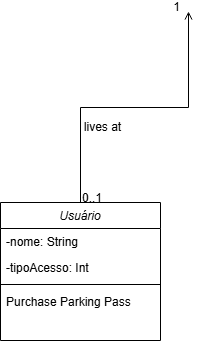
AmandaKado/faculdadeUninterADS keeps this draw.io diagram as analise-de-sistemas/Diagrama sem nome.drawio.png. Above is the earlier version. Source tidied: cells renumbered, new cells last; positions are measured from the earlier drawing's top-left corner, leaving out a move shared by most shapes.
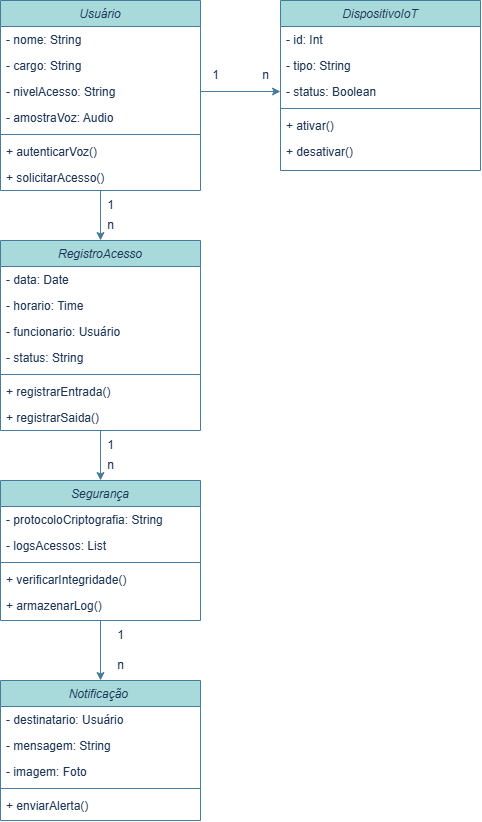
The same file after the commit.

The edit, as a diff of the source:
```diff
@@ -2,41 +2,146 @@
   <root>
     <mxCell id="0" />
     <mxCell id="1" parent="0" />
+    <mxCell id="11" style="edgeStyle=orthogonalEdgeStyle;rounded=0;jettySize=auto;html=1;strokeColor=#457B9D;fontColor=#1D3557;fillColor=#A8DADC;" parent="1" edge="1" source="2" target="16">
+      <mxGeometry relative="1" as="geometry" />
+    </mxCell>
-    <mxCell id="2" value="Usuário" style="swimlane;fontStyle=2;align=center;verticalAlign=top;horizontal=1;startSize=26;rounded=0;shadow=0;strokeWidth=1;" parent="1" vertex="1">
-      <mxGeometry y="191" width="160" height="138" as="geometry" />
+    <mxCell id="2" value="Usuário" style="swimlane;fontStyle=2;align=center;verticalAlign=top;horizontal=1;startSize=26;rounded=0;shadow=0;strokeWidth=1;labelBackgroundColor=none;fillColor=#A8DADC;strokeColor=#457B9D;fontColor=#1D3557;" parent="1" vertex="1">
+      <mxGeometry y="191" width="200" height="190" as="geometry" />
     </mxCell>
-    <mxCell id="3" value="-nome: String" style="text;align=left;verticalAlign=top;spacingLeft=4;spacingRight=4;overflow=hidden;" parent="2" vertex="1">
-      <mxGeometry y="26" width="160" height="26" as="geometry" />
+    <mxCell id="3" value="- nome: String" style="text;align=left;verticalAlign=top;spacingLeft=4;spacingRight=4;overflow=hidden;labelBackgroundColor=none;fontColor=#1D3557;" parent="2" vertex="1">
+      <mxGeometry y="26" width="200" height="26" as="geometry" />
     </mxCell>
-    <mxCell id="4" value="-tipoAcesso: Int" style="text;align=left;verticalAlign=top;spacingLeft=4;spacingRight=4;overflow=hidden;rounded=0;shadow=0;html=0;" parent="2" vertex="1">
-      <mxGeometry y="52" width="160" height="26" as="geometry" />
+    <mxCell id="4" value="- cargo: String" style="text;align=left;verticalAlign=top;spacingLeft=4;spacingRight=4;overflow=hidden;rounded=0;shadow=0;html=0;labelBackgroundColor=none;fontColor=#1D3557;" parent="2" vertex="1">
+      <mxGeometry y="52" width="200" height="26" as="geometry" />
     </mxCell>
+    <mxCell id="12" value="- nivelAcesso: String" style="text;align=left;verticalAlign=top;spacingLeft=4;spacingRight=4;overflow=hidden;points=[[0,0.5],[1,0.5]];portConstraint=eastwest;rounded=0;shadow=0;html=0;labelBackgroundColor=none;fontColor=#1D3557;" parent="2" vertex="1">
+      <mxGeometry y="78" width="200" height="26" as="geometry" />
+    </mxCell>
+    <mxCell id="13" value="- amostraVoz: Audio" style="text;align=left;verticalAlign=top;spacingLeft=4;spacingRight=4;overflow=hidden;rounded=0;shadow=0;html=0;labelBackgroundColor=none;fontColor=#1D3557;" parent="2" vertex="1">
+      <mxGeometry y="104" width="200" height="26" as="geometry" />
+    </mxCell>
-    <mxCell id="5" style="line;html=1;strokeWidth=1;align=left;verticalAlign=middle;spacingTop=-1;spacingLeft=3;spacingRight=3;labelPosition=right;" parent="2" vertex="1">
-      <mxGeometry y="78" width="160" height="8" as="geometry" />
+    <mxCell id="5" style="line;html=1;strokeWidth=1;align=left;verticalAlign=middle;spacingTop=-1;spacingLeft=3;spacingRight=3;labelPosition=right;labelBackgroundColor=none;fillColor=#A8DADC;strokeColor=#457B9D;fontColor=#1D3557;" parent="2" vertex="1">
+      <mxGeometry y="130" width="200" height="8" as="geometry" />
     </mxCell>
-    <mxCell id="6" value="Purchase Parking Pass" style="text;align=left;verticalAlign=top;spacingLeft=4;spacingRight=4;overflow=hidden;" parent="2" vertex="1">
-      <mxGeometry y="86" width="160" height="26" as="geometry" />
+    <mxCell id="6" value="+ autenticarVoz()" style="text;align=left;verticalAlign=top;spacingLeft=4;spacingRight=4;overflow=hidden;labelBackgroundColor=none;fontColor=#1D3557;" parent="2" vertex="1">
+      <mxGeometry y="138" width="200" height="26" as="geometry" />
     </mxCell>
-    <mxCell id="7" style="endArrow=open;shadow=0;strokeWidth=1;rounded=0;curved=0;endFill=1;edgeStyle=elbowEdgeStyle;elbow=vertical;" parent="1" edge="1" source="2">
-      <mxGeometry x="0.5" y="41" relative="1" as="geometry">
-        <mxPoint x="188" as="targetPoint" />
-        <mxPoint x="-40" y="32" as="offset" />
-      </mxGeometry>
-    </mxCell>
-    <mxCell id="8" value="0..1" style="align=left;verticalAlign=bottom;labelBackgroundColor=none;fontSize=12;" parent="7" vertex="1">
-      <mxGeometry x="-1" relative="1" as="geometry">
-        <mxPoint y="4" as="offset" />
-      </mxGeometry>
-    </mxCell>
-    <mxCell id="9" value="1" style="align=right;verticalAlign=bottom;labelBackgroundColor=none;fontSize=12;" parent="7" vertex="1">
-      <mxGeometry x="1" relative="1" as="geometry">
-        <mxPoint x="-7" y="4" as="offset" />
-      </mxGeometry>
-    </mxCell>
-    <mxCell id="10" value="lives at" style="text;html=1;align=center;verticalAlign=middle;labelBackgroundColor=none;rounded=0;shadow=0;strokeWidth=1;fontSize=12;" parent="7" vertex="1">
-      <mxGeometry x="0.5" y="49" relative="1" as="geometry">
-        <mxPoint x="-38" y="40" as="offset" />
-      </mxGeometry>
-    </mxCell>
+    <mxCell id="14" value="+ solicitarAcesso()" style="text;align=left;verticalAlign=top;spacingLeft=4;spacingRight=4;overflow=hidden;labelBackgroundColor=none;fontColor=#1D3557;" parent="2" vertex="1">
+      <mxGeometry y="164" width="200" height="26" as="geometry" />
+    </mxCell>
+    <mxCell id="15" style="edgeStyle=orthogonalEdgeStyle;rounded=0;jettySize=auto;html=1;strokeColor=#457B9D;fontColor=#1D3557;fillColor=#A8DADC;" parent="1" edge="1" source="16" target="27">
+      <mxGeometry relative="1" as="geometry" />
+    </mxCell>
+    <mxCell id="16" value="RegistroAcesso" style="swimlane;fontStyle=2;align=center;verticalAlign=top;horizontal=1;startSize=26;rounded=0;shadow=0;strokeWidth=1;labelBackgroundColor=none;fillColor=#A8DADC;strokeColor=#457B9D;fontColor=#1D3557;" parent="1" vertex="1">
+      <mxGeometry y="431" width="200" height="190" as="geometry" />
+    </mxCell>
+    <mxCell id="17" value="- data: Date" style="text;align=left;verticalAlign=top;spacingLeft=4;spacingRight=4;overflow=hidden;labelBackgroundColor=none;fontColor=#1D3557;" parent="16" vertex="1">
+      <mxGeometry y="26" width="200" height="26" as="geometry" />
+    </mxCell>
+    <mxCell id="18" value="- horario: Time" style="text;align=left;verticalAlign=top;spacingLeft=4;spacingRight=4;overflow=hidden;rounded=0;shadow=0;html=0;labelBackgroundColor=none;fontColor=#1D3557;" parent="16" vertex="1">
+      <mxGeometry y="52" width="200" height="26" as="geometry" />
+    </mxCell>
+    <mxCell id="19" value="- funcionario: Usuário" style="text;align=left;verticalAlign=top;spacingLeft=4;spacingRight=4;overflow=hidden;rounded=0;shadow=0;html=0;labelBackgroundColor=none;fontColor=#1D3557;" parent="16" vertex="1">
+      <mxGeometry y="78" width="200" height="26" as="geometry" />
+    </mxCell>
+    <mxCell id="20" value="- status: String" style="text;align=left;verticalAlign=top;spacingLeft=4;spacingRight=4;overflow=hidden;rounded=0;shadow=0;html=0;labelBackgroundColor=none;fontColor=#1D3557;" parent="16" vertex="1">
+      <mxGeometry y="104" width="200" height="26" as="geometry" />
+    </mxCell>
+    <mxCell id="21" style="line;html=1;strokeWidth=1;align=left;verticalAlign=middle;spacingTop=-1;spacingLeft=3;spacingRight=3;labelPosition=right;labelBackgroundColor=none;fillColor=#A8DADC;strokeColor=#457B9D;fontColor=#1D3557;" parent="16" vertex="1">
+      <mxGeometry y="130" width="200" height="8" as="geometry" />
+    </mxCell>
+    <mxCell id="22" value="+ registrarEntrada()" style="text;align=left;verticalAlign=top;spacingLeft=4;spacingRight=4;overflow=hidden;labelBackgroundColor=none;fontColor=#1D3557;" parent="16" vertex="1">
+      <mxGeometry y="138" width="200" height="26" as="geometry" />
+    </mxCell>
+    <mxCell id="23" value="+ registrarSaida()" style="text;align=left;verticalAlign=top;spacingLeft=4;spacingRight=4;overflow=hidden;labelBackgroundColor=none;fontColor=#1D3557;" parent="16" vertex="1">
+      <mxGeometry y="164" width="200" height="26" as="geometry" />
+    </mxCell>
+    <mxCell id="24" value="1" style="text;html=1;align=center;verticalAlign=middle;strokeColor=none;fillColor=none;fontColor=#1D3557;" parent="1" vertex="1">
+      <mxGeometry x="95" y="381" width="30" height="30" as="geometry" />
+    </mxCell>
+    <mxCell id="25" value="n" style="text;html=1;align=center;verticalAlign=middle;strokeColor=none;fillColor=none;fontColor=#1D3557;" parent="1" vertex="1">
+      <mxGeometry x="95" y="401" width="30" height="30" as="geometry" />
+    </mxCell>
+    <mxCell id="26" style="edgeStyle=orthogonalEdgeStyle;rounded=0;jettySize=auto;html=1;strokeColor=#457B9D;fontColor=#1D3557;fillColor=#A8DADC;" parent="1" edge="1" source="27" target="35">
+      <mxGeometry relative="1" as="geometry" />
+    </mxCell>
+    <mxCell id="27" value="Segurança" style="swimlane;fontStyle=2;align=center;verticalAlign=top;horizontal=1;startSize=26;rounded=0;shadow=0;strokeWidth=1;labelBackgroundColor=none;fillColor=#A8DADC;strokeColor=#457B9D;fontColor=#1D3557;" parent="1" vertex="1">
+      <mxGeometry y="671" width="200" height="140" as="geometry" />
+    </mxCell>
+    <mxCell id="28" value="- protocoloCriptografia: String" style="text;align=left;verticalAlign=top;spacingLeft=4;spacingRight=4;overflow=hidden;labelBackgroundColor=none;fontColor=#1D3557;" parent="27" vertex="1">
+      <mxGeometry y="26" width="200" height="26" as="geometry" />
+    </mxCell>
+    <mxCell id="29" value="- logsAcessos: List" style="text;align=left;verticalAlign=top;spacingLeft=4;spacingRight=4;overflow=hidden;rounded=0;shadow=0;html=0;labelBackgroundColor=none;fontColor=#1D3557;" parent="27" vertex="1">
+      <mxGeometry y="52" width="200" height="26" as="geometry" />
+    </mxCell>
+    <mxCell id="30" style="line;html=1;strokeWidth=1;align=left;verticalAlign=middle;spacingTop=-1;spacingLeft=3;spacingRight=3;labelPosition=right;labelBackgroundColor=none;fillColor=#A8DADC;strokeColor=#457B9D;fontColor=#1D3557;" parent="27" vertex="1">
+      <mxGeometry y="78" width="200" height="8" as="geometry" />
+    </mxCell>
+    <mxCell id="31" value="+ verificarIntegridade()" style="text;align=left;verticalAlign=top;spacingLeft=4;spacingRight=4;overflow=hidden;labelBackgroundColor=none;fontColor=#1D3557;" parent="27" vertex="1">
+      <mxGeometry y="86" width="200" height="26" as="geometry" />
+    </mxCell>
+    <mxCell id="32" value="+ armazenarLog()" style="text;align=left;verticalAlign=top;spacingLeft=4;spacingRight=4;overflow=hidden;labelBackgroundColor=none;fontColor=#1D3557;" parent="27" vertex="1">
+      <mxGeometry y="112" width="200" height="26" as="geometry" />
+    </mxCell>
+    <mxCell id="33" value="1" style="text;html=1;align=center;verticalAlign=middle;strokeColor=none;fillColor=none;fontColor=#1D3557;" parent="1" vertex="1">
+      <mxGeometry x="95" y="621" width="30" height="30" as="geometry" />
+    </mxCell>
+    <mxCell id="34" value="n" style="text;html=1;align=center;verticalAlign=middle;strokeColor=none;fillColor=none;fontColor=#1D3557;" parent="1" vertex="1">
+      <mxGeometry x="95" y="641" width="30" height="30" as="geometry" />
+    </mxCell>
+    <mxCell id="35" value="Notificação " style="swimlane;fontStyle=2;align=center;verticalAlign=top;horizontal=1;startSize=26;rounded=0;shadow=0;strokeWidth=1;labelBackgroundColor=none;fillColor=#A8DADC;strokeColor=#457B9D;fontColor=#1D3557;" parent="1" vertex="1">
+      <mxGeometry y="871" width="200" height="140" as="geometry" />
+    </mxCell>
+    <mxCell id="36" value="- destinatario: Usuário" style="text;align=left;verticalAlign=top;spacingLeft=4;spacingRight=4;overflow=hidden;labelBackgroundColor=none;fontColor=#1D3557;" parent="35" vertex="1">
+      <mxGeometry y="26" width="200" height="26" as="geometry" />
+    </mxCell>
+    <mxCell id="37" value="- mensagem: String" style="text;align=left;verticalAlign=top;spacingLeft=4;spacingRight=4;overflow=hidden;rounded=0;shadow=0;html=0;labelBackgroundColor=none;fontColor=#1D3557;" parent="35" vertex="1">
+      <mxGeometry y="52" width="200" height="26" as="geometry" />
+    </mxCell>
+    <mxCell id="38" value="- imagem: Foto" style="text;align=left;verticalAlign=top;spacingLeft=4;spacingRight=4;overflow=hidden;rounded=0;shadow=0;html=0;labelBackgroundColor=none;fontColor=#1D3557;" parent="35" vertex="1">
+      <mxGeometry y="78" width="200" height="26" as="geometry" />
+    </mxCell>
+    <mxCell id="39" style="line;html=1;strokeWidth=1;align=left;verticalAlign=middle;spacingTop=-1;spacingLeft=3;spacingRight=3;labelPosition=right;labelBackgroundColor=none;fillColor=#A8DADC;strokeColor=#457B9D;fontColor=#1D3557;" parent="35" vertex="1">
+      <mxGeometry y="104" width="200" height="8" as="geometry" />
+    </mxCell>
+    <mxCell id="40" value="+ enviarAlerta()" style="text;align=left;verticalAlign=top;spacingLeft=4;spacingRight=4;overflow=hidden;labelBackgroundColor=none;fontColor=#1D3557;" parent="35" vertex="1">
+      <mxGeometry y="112" width="200" height="26" as="geometry" />
+    </mxCell>
+    <mxCell id="41" value="1" style="text;html=1;align=center;verticalAlign=middle;strokeColor=none;fillColor=none;fontColor=#1D3557;" parent="1" vertex="1">
+      <mxGeometry x="105" y="811" width="30" height="30" as="geometry" />
+    </mxCell>
+    <mxCell id="42" value="n" style="text;html=1;align=center;verticalAlign=middle;strokeColor=none;fillColor=none;fontColor=#1D3557;" parent="1" vertex="1">
+      <mxGeometry x="105" y="841" width="30" height="30" as="geometry" />
+    </mxCell>
+    <mxCell id="43" value="DispositivoIoT" style="swimlane;fontStyle=2;align=center;verticalAlign=top;horizontal=1;startSize=26;rounded=0;shadow=0;strokeWidth=1;labelBackgroundColor=none;fillColor=#A8DADC;strokeColor=#457B9D;fontColor=#1D3557;" parent="1" vertex="1">
+      <mxGeometry x="280" y="191" width="200" height="170" as="geometry" />
+    </mxCell>
+    <mxCell id="44" value="- id: Int" style="text;align=left;verticalAlign=top;spacingLeft=4;spacingRight=4;overflow=hidden;labelBackgroundColor=none;fontColor=#1D3557;" parent="43" vertex="1">
+      <mxGeometry y="26" width="200" height="26" as="geometry" />
+    </mxCell>
+    <mxCell id="45" value="- tipo: String" style="text;align=left;verticalAlign=top;spacingLeft=4;spacingRight=4;overflow=hidden;rounded=0;shadow=0;html=0;labelBackgroundColor=none;fontColor=#1D3557;" parent="43" vertex="1">
+      <mxGeometry y="52" width="200" height="26" as="geometry" />
+    </mxCell>
+    <mxCell id="46" value="- status: Boolean" style="text;align=left;verticalAlign=top;spacingLeft=4;spacingRight=4;overflow=hidden;points=[[0,0.5],[1,0.5]];portConstraint=eastwest;rounded=0;shadow=0;html=0;labelBackgroundColor=none;fontColor=#1D3557;" parent="43" vertex="1">
+      <mxGeometry y="78" width="200" height="26" as="geometry" />
+    </mxCell>
+    <mxCell id="47" style="line;html=1;strokeWidth=1;align=left;verticalAlign=middle;spacingTop=-1;spacingLeft=3;spacingRight=3;labelPosition=right;labelBackgroundColor=none;fillColor=#A8DADC;strokeColor=#457B9D;fontColor=#1D3557;" parent="43" vertex="1">
+      <mxGeometry y="104" width="200" height="8" as="geometry" />
+    </mxCell>
+    <mxCell id="48" value="+ ativar()" style="text;align=left;verticalAlign=top;spacingLeft=4;spacingRight=4;overflow=hidden;labelBackgroundColor=none;fontColor=#1D3557;" parent="43" vertex="1">
+      <mxGeometry y="112" width="200" height="26" as="geometry" />
+    </mxCell>
+    <mxCell id="49" value="+ desativar()" style="text;align=left;verticalAlign=top;spacingLeft=4;spacingRight=4;overflow=hidden;labelBackgroundColor=none;fontColor=#1D3557;" parent="43" vertex="1">
+      <mxGeometry y="138" width="200" height="26" as="geometry" />
+    </mxCell>
+    <mxCell id="50" style="edgeStyle=orthogonalEdgeStyle;rounded=0;jettySize=auto;html=1;strokeColor=#457B9D;fontColor=#1D3557;fillColor=#A8DADC;entryX=0;entryY=0.5;entryDx=0;entryDy=0;" parent="1" edge="1" source="12" target="46">
+      <mxGeometry relative="1" as="geometry" />
+    </mxCell>
+    <mxCell id="51" value="1" style="text;html=1;align=center;verticalAlign=middle;strokeColor=none;fillColor=none;fontColor=#1D3557;" parent="1" vertex="1">
+      <mxGeometry x="200" y="251" width="30" height="30" as="geometry" />
+    </mxCell>
+    <mxCell id="52" value="n" style="text;html=1;align=center;verticalAlign=middle;strokeColor=none;fillColor=none;fontColor=#1D3557;" parent="1" vertex="1">
+      <mxGeometry x="250" y="251" width="30" height="30" as="geometry" />
+    </mxCell>
   </root>
 </mxGraphModel>
```
